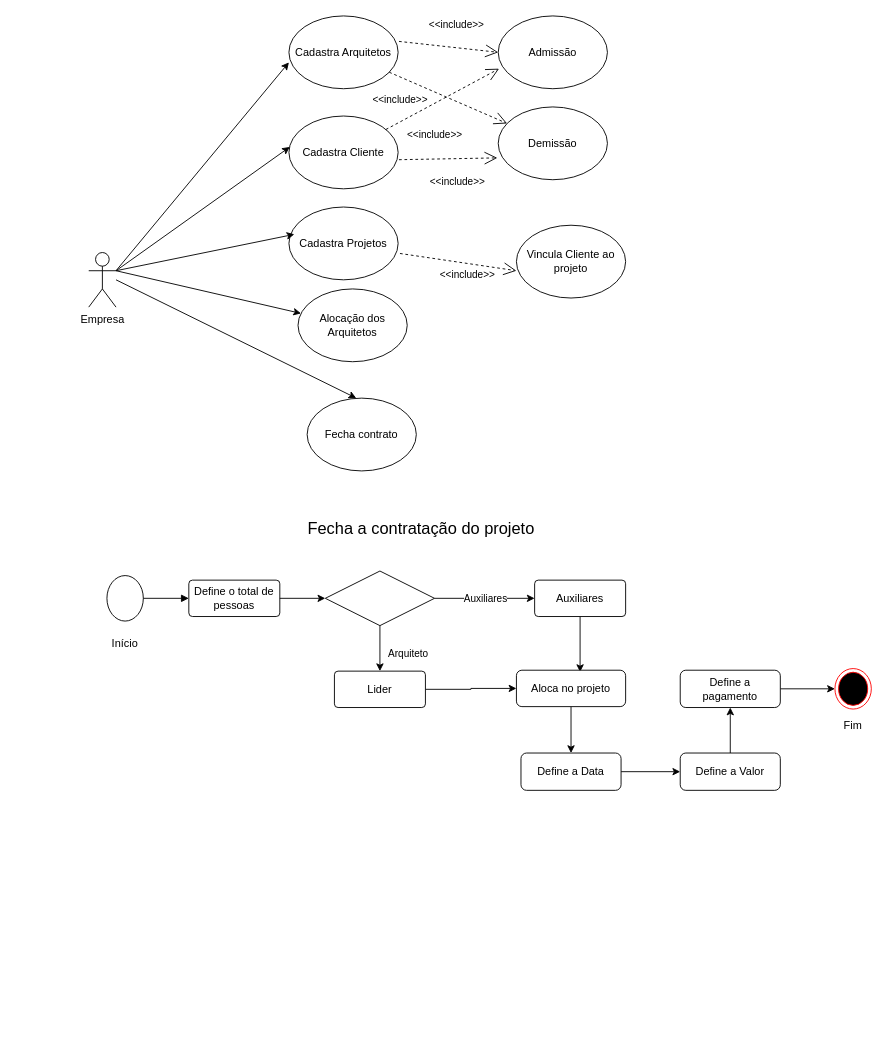
Earlier version of the draw.io diagram Untitled Diagram.drawio (EdneiFNeto/UML). Source tidied: cells renumbered, new cells numbered last; positions are measured from the earlier drawing's top-left corner, leaving out a move shared by most shapes. Both pictures are drawn from the tidied source at 91%, with x=0, y=0 at pixel (88, 15).
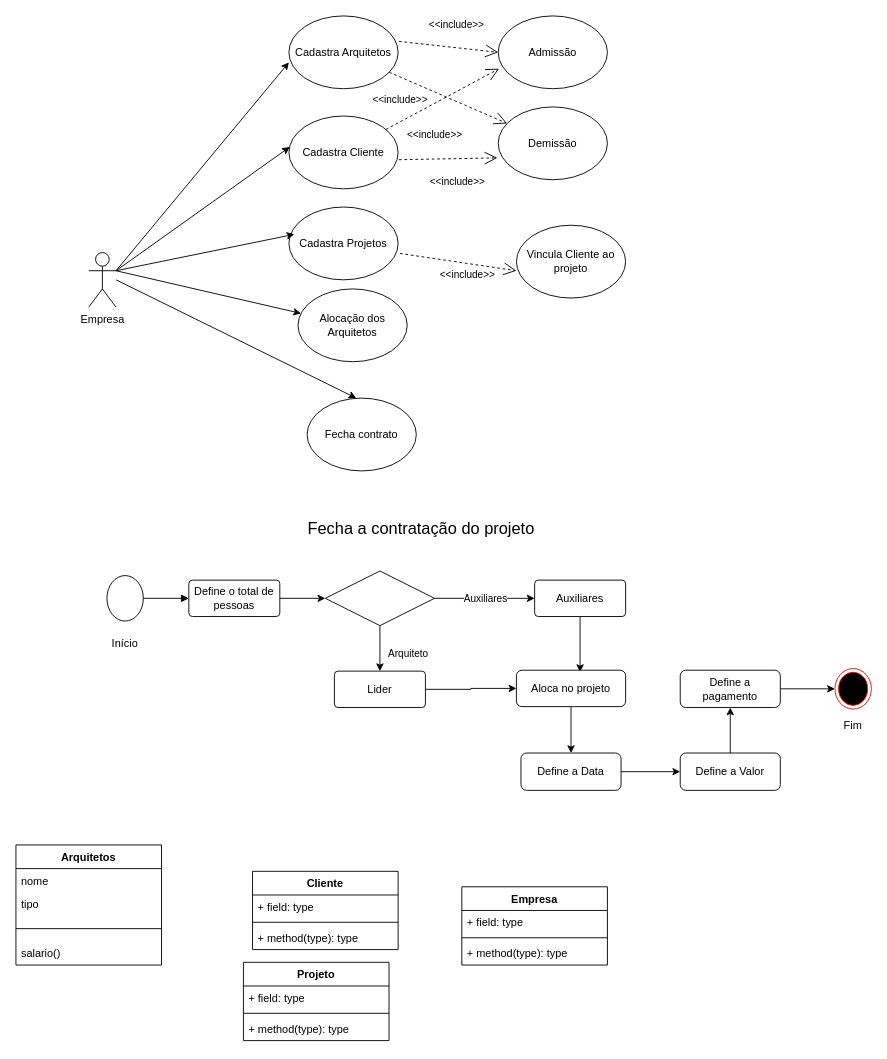
Above is the later version.

Commit message:
model arquiteto

Change to the diagram source:
```diff
@@
+    <mxCell id="46" value="Projeto" style="swimlane;fontStyle=1;align=center;verticalAlign=top;horizontal=1;startSize=26;" parent="1" vertex="1">
+      <mxGeometry x="170" y="1040" width="160" height="86" as="geometry" />
+    </mxCell>
+    <mxCell id="47" value="+ field: type" style="text;strokeColor=none;fillColor=none;align=left;verticalAlign=top;spacingLeft=4;spacingRight=4;overflow=hidden;" parent="46" vertex="1">
+      <mxGeometry y="26" width="160" height="26" as="geometry" />
+    </mxCell>
+    <mxCell id="48" style="line;strokeWidth=1;fillColor=none;align=left;verticalAlign=middle;spacingTop=-1;spacingLeft=3;spacingRight=3;labelPosition=right;" parent="46" vertex="1">
+      <mxGeometry y="52" width="160" height="8" as="geometry" />
+    </mxCell>
+    <mxCell id="49" value="+ method(type): type" style="text;strokeColor=none;fillColor=none;align=left;verticalAlign=top;spacingLeft=4;spacingRight=4;overflow=hidden;" parent="46" vertex="1">
+      <mxGeometry y="60" width="160" height="26" as="geometry" />
+    </mxCell>
+    <mxCell id="50" value="Cliente" style="swimlane;fontStyle=1;align=center;verticalAlign=top;horizontal=1;startSize=26;" parent="1" vertex="1">
+      <mxGeometry x="180" y="940" width="160" height="86" as="geometry" />
+    </mxCell>
+    <mxCell id="51" value="+ field: type" style="text;strokeColor=none;fillColor=none;align=left;verticalAlign=top;spacingLeft=4;spacingRight=4;overflow=hidden;" parent="50" vertex="1">
+      <mxGeometry y="26" width="160" height="26" as="geometry" />
+    </mxCell>
+    <mxCell id="52" style="line;strokeWidth=1;fillColor=none;align=left;verticalAlign=middle;spacingTop=-1;spacingLeft=3;spacingRight=3;labelPosition=right;" parent="50" vertex="1">
+      <mxGeometry y="52" width="160" height="8" as="geometry" />
+    </mxCell>
+    <mxCell id="53" value="+ method(type): type" style="text;strokeColor=none;fillColor=none;align=left;verticalAlign=top;spacingLeft=4;spacingRight=4;overflow=hidden;" parent="50" vertex="1">
+      <mxGeometry y="60" width="160" height="26" as="geometry" />
+    </mxCell>
+    <mxCell id="54" value="Empresa" style="swimlane;fontStyle=1;align=center;verticalAlign=top;horizontal=1;startSize=26;" parent="1" vertex="1">
+      <mxGeometry x="410" y="957" width="160" height="86" as="geometry" />
+    </mxCell>
+    <mxCell id="55" value="+ field: type" style="text;strokeColor=none;fillColor=none;align=left;verticalAlign=top;spacingLeft=4;spacingRight=4;overflow=hidden;" parent="54" vertex="1">
+      <mxGeometry y="26" width="160" height="26" as="geometry" />
+    </mxCell>
+    <mxCell id="56" style="line;strokeWidth=1;fillColor=none;align=left;verticalAlign=middle;spacingTop=-1;spacingLeft=3;spacingRight=3;labelPosition=right;" parent="54" vertex="1">
+      <mxGeometry y="52" width="160" height="8" as="geometry" />
+    </mxCell>
+    <mxCell id="57" value="+ method(type): type" style="text;strokeColor=none;fillColor=none;align=left;verticalAlign=top;spacingLeft=4;spacingRight=4;overflow=hidden;" parent="54" vertex="1">
+      <mxGeometry y="60" width="160" height="26" as="geometry" />
+    </mxCell>
+    <mxCell id="58" value="Arquitetos" style="swimlane;fontStyle=1;align=center;verticalAlign=top;horizontal=1;startSize=26;" parent="1" vertex="1">
+      <mxGeometry x="-80" y="911" width="160" height="132" as="geometry" />
+    </mxCell>
+    <mxCell id="59" value="nome" style="text;strokeColor=none;fillColor=none;align=left;verticalAlign=top;spacingLeft=4;spacingRight=4;overflow=hidden;" parent="58" vertex="1">
+      <mxGeometry y="26" width="160" height="26" as="geometry" />
+    </mxCell>
+    <mxCell id="60" value="tipo" style="text;strokeColor=none;fillColor=none;align=left;verticalAlign=top;spacingLeft=4;spacingRight=4;overflow=hidden;" parent="58" vertex="1">
+      <mxGeometry y="52" width="160" height="26" as="geometry" />
+    </mxCell>
+    <mxCell id="61" style="line;strokeWidth=1;fillColor=none;align=left;verticalAlign=middle;spacingTop=-1;spacingLeft=3;spacingRight=3;labelPosition=right;" parent="58" vertex="1">
+      <mxGeometry y="78" width="160" height="28" as="geometry" />
+    </mxCell>
+    <mxCell id="62" value="salario()" style="text;strokeColor=none;fillColor=none;align=left;verticalAlign=top;spacingLeft=4;spacingRight=4;overflow=hidden;" parent="58" vertex="1">
+      <mxGeometry y="106" width="160" height="26" as="geometry" />
+    </mxCell>
```
